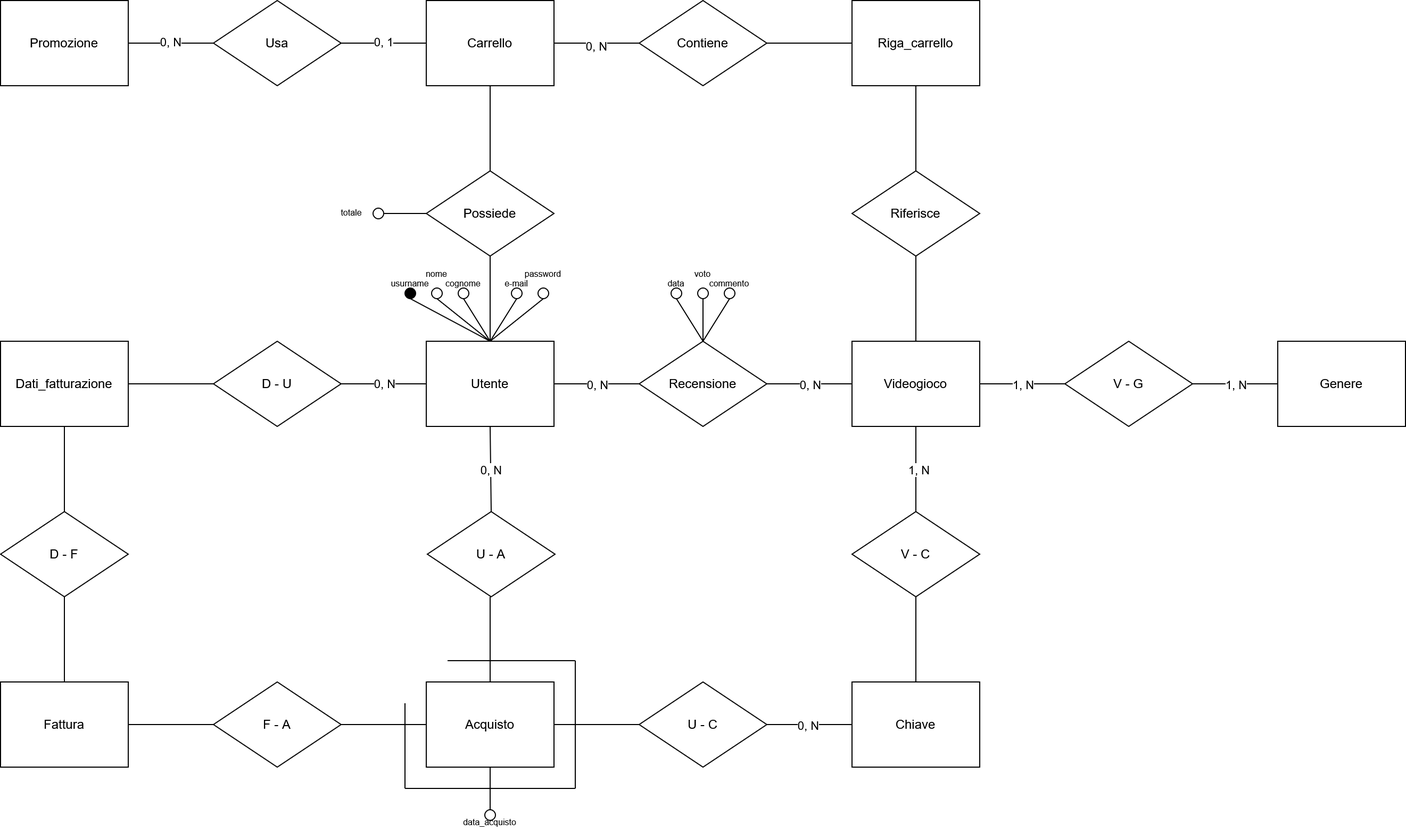
Above: Database/schema_e-r.drawio.png in Eklip5e/Progetto-TSW (draw.io), before the change. Source tidied: cells renumbered, new cells last; positions are measured from the earlier drawing's top-left corner, leaving out a move shared by most shapes.
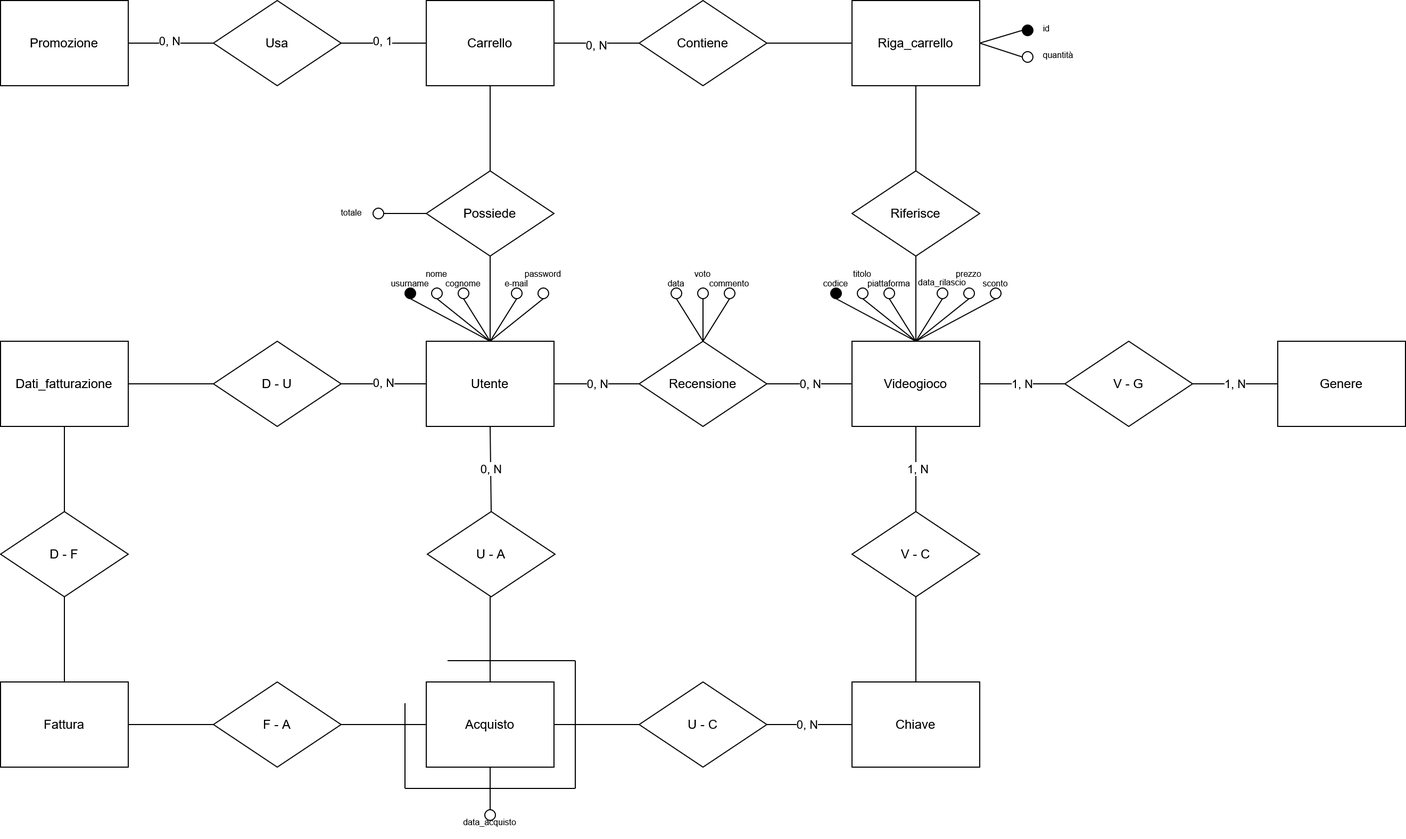
Later version of the same file.

Change to the diagram source:
```diff
@@ -297,5 +297,77 @@
         <mxPoint x="-1" as="offset" />
       </mxGeometry>
     </mxCell>
+    <mxCell id="93" style="endArrow=none;html=1;rounded=0;exitX=0.5;exitY=0;exitDx=0;exitDy=0;entryX=0.5;entryY=1;entryDx=0;entryDy=0;" parent="1" edge="1" source="17" target="94">
+      <mxGeometry relative="1" as="geometry" />
+    </mxCell>
+    <mxCell id="94" style="ellipse;whiteSpace=wrap;html=1;fillColor=none;" parent="1" vertex="1">
+      <mxGeometry x="805" y="270" width="10" height="10" as="geometry" />
+    </mxCell>
+    <mxCell id="95" style="endArrow=none;html=1;rounded=0;exitX=0.5;exitY=0;exitDx=0;exitDy=0;entryX=0.5;entryY=1;entryDx=0;entryDy=0;" parent="1" edge="1" source="17" target="96">
+      <mxGeometry relative="1" as="geometry" />
+    </mxCell>
+    <mxCell id="96" style="ellipse;whiteSpace=wrap;html=1;fillColor=#000000;" parent="1" vertex="1">
+      <mxGeometry x="780" y="270" width="10" height="10" as="geometry" />
+    </mxCell>
+    <mxCell id="97" value="codice" style="text;html=1;align=center;verticalAlign=middle;whiteSpace=wrap;rounded=0;fontSize=8;" parent="1" vertex="1">
+      <mxGeometry x="755" y="251" width="60" height="30" as="geometry" />
+    </mxCell>
+    <mxCell id="98" value="titolo" style="text;html=1;align=center;verticalAlign=middle;whiteSpace=wrap;rounded=0;fontSize=8;" parent="1" vertex="1">
+      <mxGeometry x="780" y="242" width="60" height="30" as="geometry" />
+    </mxCell>
+    <mxCell id="99" style="ellipse;whiteSpace=wrap;html=1;fillColor=none;" parent="1" vertex="1">
+      <mxGeometry x="830" y="270" width="10" height="10" as="geometry" />
+    </mxCell>
+    <mxCell id="100" style="endArrow=none;html=1;rounded=0;exitX=0.5;exitY=0;exitDx=0;exitDy=0;entryX=0.5;entryY=1;entryDx=0;entryDy=0;" parent="1" edge="1" source="17" target="99">
+      <mxGeometry relative="1" as="geometry" />
+    </mxCell>
+    <mxCell id="101" value="piattaforma" style="text;html=1;align=center;verticalAlign=middle;whiteSpace=wrap;rounded=0;fontSize=8;" parent="1" vertex="1">
+      <mxGeometry x="805" y="251" width="60" height="30" as="geometry" />
+    </mxCell>
+    <mxCell id="102" style="ellipse;whiteSpace=wrap;html=1;fillColor=none;" parent="1" vertex="1">
+      <mxGeometry x="880" y="270" width="10" height="10" as="geometry" />
+    </mxCell>
+    <mxCell id="103" style="endArrow=none;html=1;rounded=0;exitX=0.5;exitY=0;exitDx=0;exitDy=0;entryX=0.5;entryY=1;entryDx=0;entryDy=0;" parent="1" edge="1" source="17" target="102">
+      <mxGeometry relative="1" as="geometry" />
+    </mxCell>
+    <mxCell id="104" value="data_rilascio" style="text;html=1;align=center;verticalAlign=middle;whiteSpace=wrap;rounded=0;fontSize=8;" parent="1" vertex="1">
+      <mxGeometry x="855" y="250" width="60" height="30" as="geometry" />
+    </mxCell>
+    <mxCell id="105" style="ellipse;whiteSpace=wrap;html=1;fillColor=none;" parent="1" vertex="1">
+      <mxGeometry x="905" y="270" width="10" height="10" as="geometry" />
+    </mxCell>
+    <mxCell id="106" style="endArrow=none;html=1;rounded=0;exitX=0.5;exitY=0;exitDx=0;exitDy=0;entryX=0.5;entryY=1;entryDx=0;entryDy=0;" parent="1" edge="1" source="17" target="105">
+      <mxGeometry relative="1" as="geometry" />
+    </mxCell>
+    <mxCell id="107" value="prezzo" style="text;html=1;align=center;verticalAlign=middle;whiteSpace=wrap;rounded=0;fontSize=8;" parent="1" vertex="1">
+      <mxGeometry x="880" y="242" width="60" height="30" as="geometry" />
+    </mxCell>
+    <mxCell id="108" style="ellipse;whiteSpace=wrap;html=1;fillColor=none;" parent="1" vertex="1">
+      <mxGeometry x="930" y="270" width="10" height="10" as="geometry" />
+    </mxCell>
+    <mxCell id="109" style="endArrow=none;html=1;rounded=0;exitX=0.5;exitY=0;exitDx=0;exitDy=0;entryX=0.5;entryY=1;entryDx=0;entryDy=0;" parent="1" edge="1" source="17" target="108">
+      <mxGeometry relative="1" as="geometry" />
+    </mxCell>
+    <mxCell id="110" value="sconto" style="text;html=1;align=center;verticalAlign=middle;whiteSpace=wrap;rounded=0;fontSize=8;" parent="1" vertex="1">
+      <mxGeometry x="905" y="251" width="60" height="30" as="geometry" />
+    </mxCell>
+    <mxCell id="111" style="endArrow=none;html=1;rounded=0;exitX=1;exitY=0.5;exitDx=0;exitDy=0;entryX=0;entryY=0.5;entryDx=0;entryDy=0;" parent="1" edge="1" source="83" target="113">
+      <mxGeometry relative="1" as="geometry" />
+    </mxCell>
+    <mxCell id="112" style="endArrow=none;html=1;rounded=0;exitX=1;exitY=0.5;exitDx=0;exitDy=0;entryX=0;entryY=0.5;entryDx=0;entryDy=0;" parent="1" edge="1" source="83" target="114">
+      <mxGeometry relative="1" as="geometry" />
+    </mxCell>
+    <mxCell id="113" style="ellipse;whiteSpace=wrap;html=1;fillColor=none;" parent="1" vertex="1">
+      <mxGeometry x="960" y="48" width="10" height="10" as="geometry" />
+    </mxCell>
+    <mxCell id="114" style="ellipse;whiteSpace=wrap;html=1;fillColor=#000000;" parent="1" vertex="1">
+      <mxGeometry x="960" y="23" width="10" height="10" as="geometry" />
+    </mxCell>
+    <mxCell id="115" value="&lt;font style=&quot;font-size: 8px;&quot;&gt;id&lt;/font&gt;" style="text;html=1;align=center;verticalAlign=middle;whiteSpace=wrap;rounded=0;" parent="1" vertex="1">
+      <mxGeometry x="953" y="10" width="60" height="30" as="geometry" />
+    </mxCell>
+    <mxCell id="116" value="&lt;font style=&quot;font-size: 8px;&quot;&gt;quantità&lt;/font&gt;" style="text;html=1;align=center;verticalAlign=middle;whiteSpace=wrap;rounded=0;" parent="1" vertex="1">
+      <mxGeometry x="964" y="35" width="60" height="30" as="geometry" />
+    </mxCell>
   </root>
 </mxGraphModel>
```
